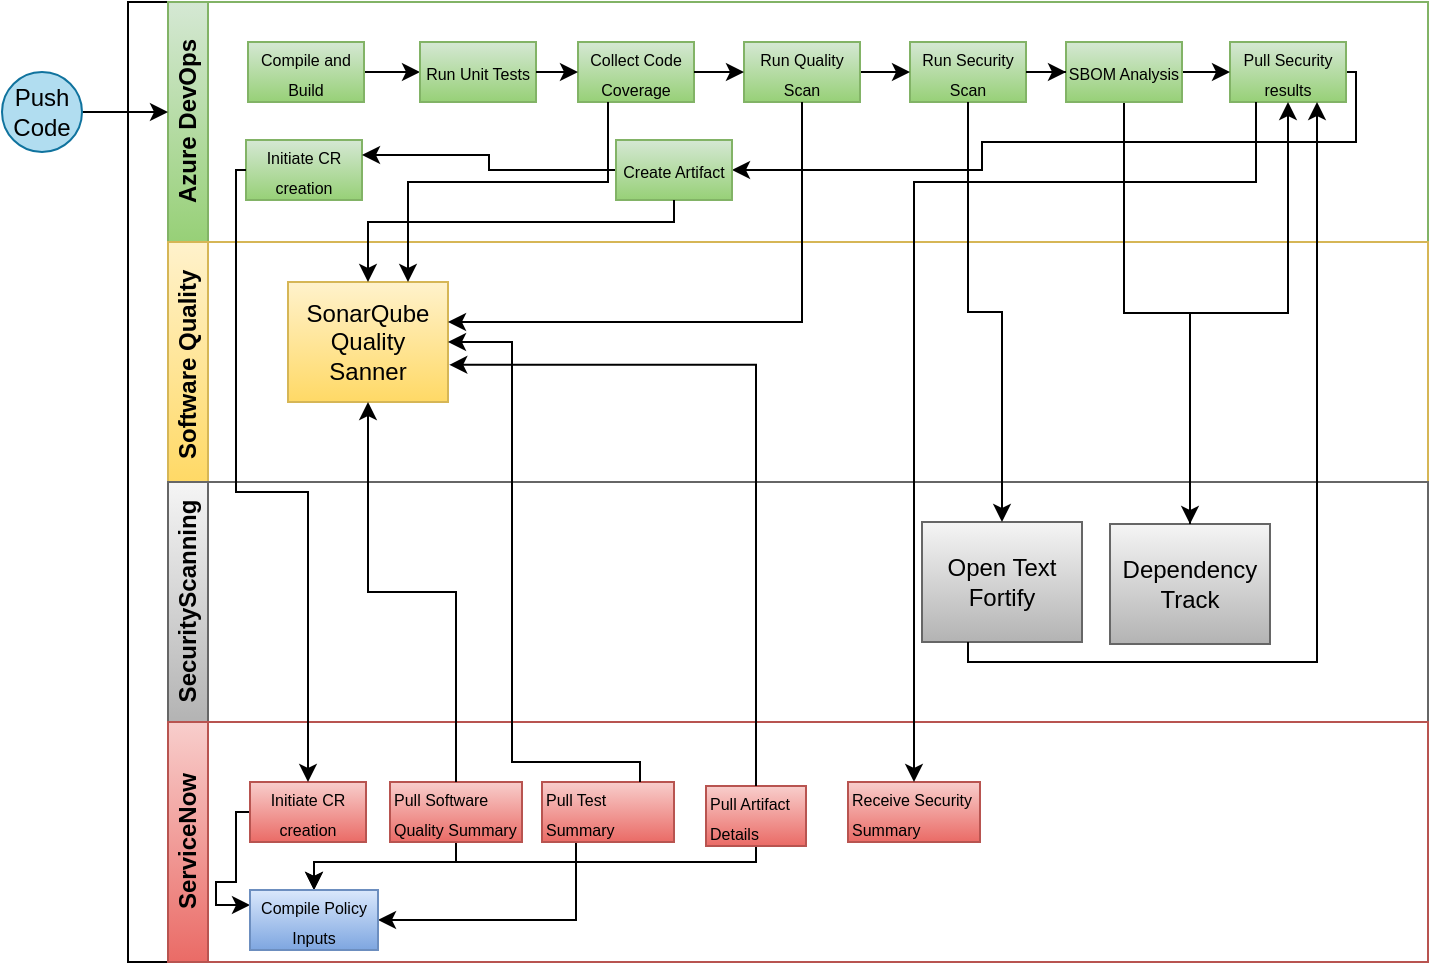
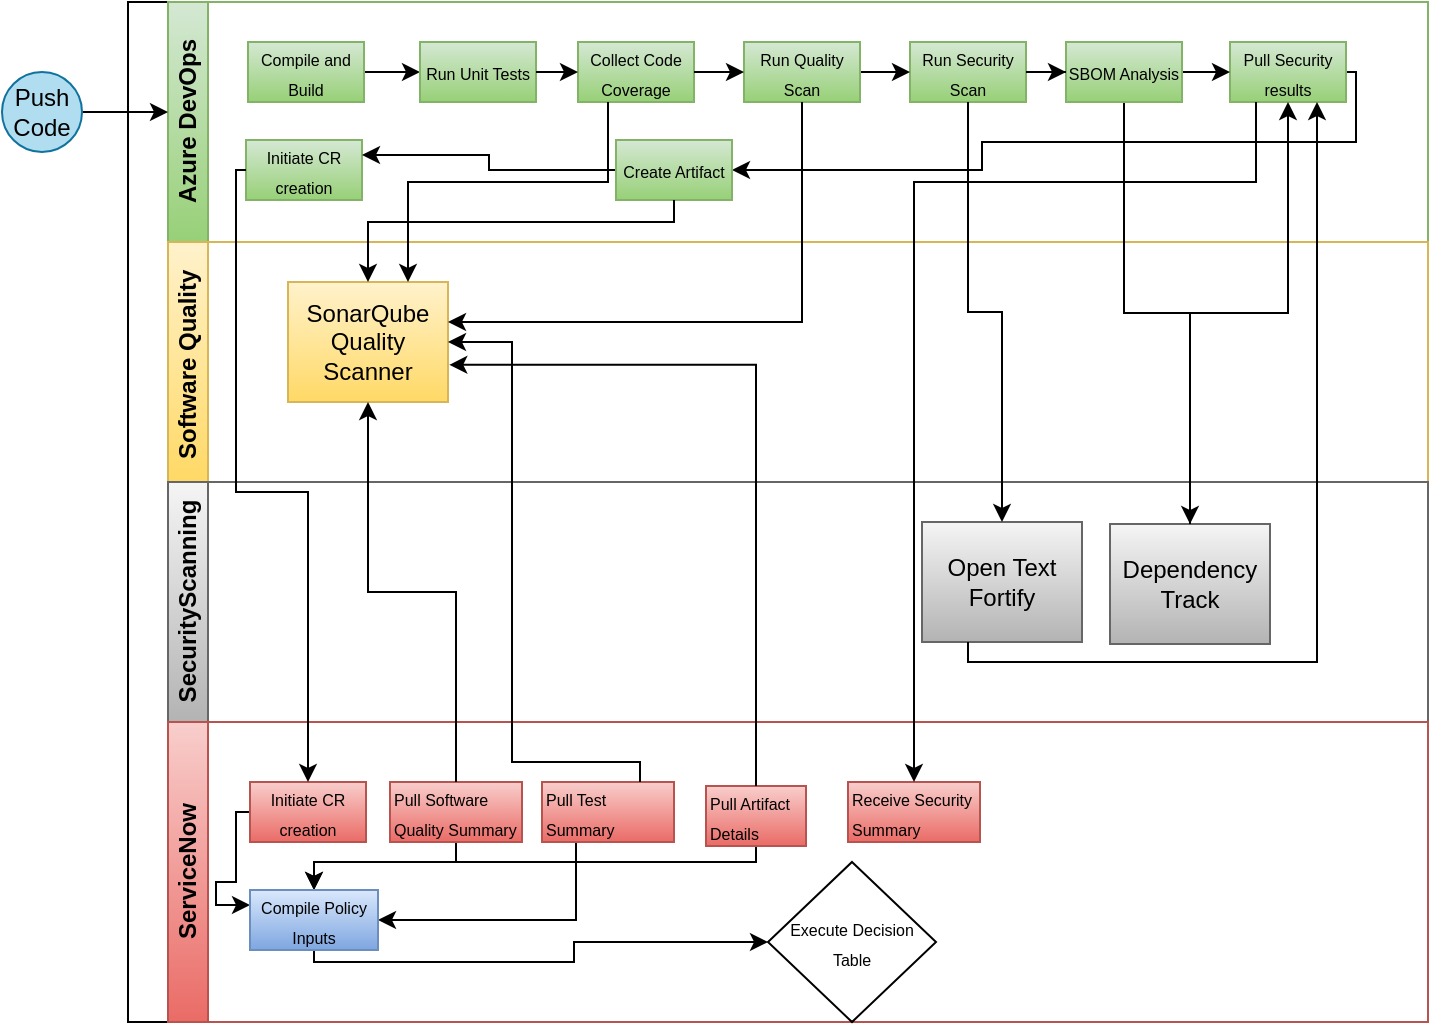
<mxfile host="app.diagrams.net">
  <diagram id="prtHgNgQTEPvFCAcTncT" name="Page-1">
-     <mxGraphModel dx="1119" dy="426" grid="1" gridSize="10" guides="1" tooltips="1" connect="1" arrows="1" fold="1" page="1" pageScale="1" pageWidth="827" pageHeight="1169" math="0" shadow="0">
+     <mxGraphModel dx="511" dy="282" grid="1" gridSize="10" guides="1" tooltips="1" connect="1" arrows="1" fold="1" page="1" pageScale="1" pageWidth="827" pageHeight="1169" math="0" shadow="0">
      <root>
        <mxCell id="0" />
        <mxCell id="1" parent="0" />
        <mxCell id="dNxyNK7c78bLwvsdeMH5-19" parent="1" style="swimlane;html=1;childLayout=stackLayout;resizeParent=1;resizeParentMax=0;horizontal=0;startSize=20;horizontalStack=0;overflow=fill;" value="" vertex="1">
-           <mxGeometry height="480" width="650" x="66" y="120" as="geometry">
+           <mxGeometry height="510" width="650" x="66" y="120" as="geometry">
            <mxRectangle height="50" width="40" x="120" y="120" as="alternateBounds" />
          </mxGeometry>
        </mxCell>
        <mxCell id="dNxyNK7c78bLwvsdeMH5-20" parent="dNxyNK7c78bLwvsdeMH5-19" style="swimlane;html=1;startSize=20;horizontal=0;fillColor=#d5e8d4;gradientColor=#97d077;strokeColor=#82b366;" value="Azure DevOps" vertex="1">
          <mxGeometry height="120" width="630" x="20" as="geometry" />
        </mxCell>
        <mxCell id="WelD7rZPP2jmH1qSRasH-19" edge="1" parent="dNxyNK7c78bLwvsdeMH5-20" source="dNxyNK7c78bLwvsdeMH5-23" style="edgeStyle=orthogonalEdgeStyle;rounded=0;orthogonalLoop=1;jettySize=auto;html=1;entryX=0;entryY=0.25;entryDx=0;entryDy=0;">
          <mxGeometry relative="1" as="geometry">
            <mxPoint y="55" as="targetPoint" />
          </mxGeometry>
        </mxCell>
        <mxCell id="dNxyNK7c78bLwvsdeMH5-23" parent="dNxyNK7c78bLwvsdeMH5-20" style="ellipse;whiteSpace=wrap;html=1;fillColor=#b1ddf0;strokeColor=#10739e;" value="Push Code" vertex="1">
          <mxGeometry height="40" width="40" x="-83" y="35" as="geometry" />
        </mxCell>
        <mxCell id="WelD7rZPP2jmH1qSRasH-2" edge="1" parent="dNxyNK7c78bLwvsdeMH5-20" source="dNxyNK7c78bLwvsdeMH5-24" style="edgeStyle=orthogonalEdgeStyle;rounded=0;orthogonalLoop=1;jettySize=auto;html=1;" target="WelD7rZPP2jmH1qSRasH-1" value="">
          <mxGeometry relative="1" as="geometry" />
        </mxCell>
        <mxCell id="dNxyNK7c78bLwvsdeMH5-24" parent="dNxyNK7c78bLwvsdeMH5-20" style="rounded=0;whiteSpace=wrap;html=1;fontFamily=Helvetica;fontSize=12;align=center;fillColor=#d5e8d4;gradientColor=#97d077;strokeColor=#82b366;" value="&lt;font style=&quot;font-size: 8px;&quot;&gt;Compile and Build&lt;/font&gt;" vertex="1">
          <mxGeometry height="30" width="58" x="40" y="20" as="geometry" />
        </mxCell>
        <mxCell id="dNxyNK7c78bLwvsdeMH5-33" edge="1" parent="dNxyNK7c78bLwvsdeMH5-20" style="edgeStyle=orthogonalEdgeStyle;rounded=0;orthogonalLoop=1;jettySize=auto;html=1;endArrow=classic;endFill=1;" target="dNxyNK7c78bLwvsdeMH5-32" value="">
          <mxGeometry relative="1" as="geometry">
            <mxPoint x="461" y="60" as="sourcePoint" />
          </mxGeometry>
        </mxCell>
        <mxCell id="WelD7rZPP2jmH1qSRasH-1" parent="dNxyNK7c78bLwvsdeMH5-20" style="rounded=0;whiteSpace=wrap;html=1;fontFamily=Helvetica;fontSize=12;align=center;fillColor=#d5e8d4;gradientColor=#97d077;strokeColor=#82b366;" value="&lt;font style=&quot;font-size: 8px;&quot;&gt;Run Unit Tests&lt;/font&gt;" vertex="1">
          <mxGeometry height="30" width="58" x="126" y="20" as="geometry" />
        </mxCell>
        <mxCell id="WelD7rZPP2jmH1qSRasH-3" parent="dNxyNK7c78bLwvsdeMH5-20" style="rounded=0;whiteSpace=wrap;html=1;fontFamily=Helvetica;fontSize=12;align=center;fillColor=#d5e8d4;gradientColor=#97d077;strokeColor=#82b366;" value="&lt;font style=&quot;font-size: 8px;&quot;&gt;Run Security Scan&lt;/font&gt;" vertex="1">
          <mxGeometry height="30" width="58" x="371" y="20" as="geometry" />
        </mxCell>
        <mxCell id="WelD7rZPP2jmH1qSRasH-6" edge="1" parent="dNxyNK7c78bLwvsdeMH5-20" source="WelD7rZPP2jmH1qSRasH-4" style="edgeStyle=orthogonalEdgeStyle;rounded=0;orthogonalLoop=1;jettySize=auto;html=1;" target="WelD7rZPP2jmH1qSRasH-3" value="">
          <mxGeometry relative="1" as="geometry" />
        </mxCell>
        <mxCell id="WelD7rZPP2jmH1qSRasH-4" parent="dNxyNK7c78bLwvsdeMH5-20" style="rounded=0;whiteSpace=wrap;html=1;fontFamily=Helvetica;fontSize=12;align=center;fillColor=#d5e8d4;strokeColor=#82b366;gradientColor=#97d077;" value="&lt;font style=&quot;font-size: 8px;&quot;&gt;Run Quality Scan&lt;/font&gt;" vertex="1">
          <mxGeometry height="30" width="58" x="288" y="20" as="geometry" />
        </mxCell>
        <mxCell id="WelD7rZPP2jmH1qSRasH-10" parent="dNxyNK7c78bLwvsdeMH5-20" style="rounded=0;whiteSpace=wrap;html=1;fontFamily=Helvetica;fontSize=12;align=center;fillColor=#d5e8d4;strokeColor=#82b366;gradientColor=#97d077;" value="&lt;font style=&quot;font-size: 8px;&quot;&gt;Collect Code Coverage&lt;/font&gt;" vertex="1">
          <mxGeometry height="30" width="58" x="205" y="20" as="geometry" />
        </mxCell>
        <mxCell id="WelD7rZPP2jmH1qSRasH-12" edge="1" parent="dNxyNK7c78bLwvsdeMH5-20" source="WelD7rZPP2jmH1qSRasH-10" style="edgeStyle=orthogonalEdgeStyle;rounded=0;orthogonalLoop=1;jettySize=auto;html=1;" target="WelD7rZPP2jmH1qSRasH-4" value="">
          <mxGeometry relative="1" as="geometry" />
        </mxCell>
        <mxCell id="WelD7rZPP2jmH1qSRasH-13" edge="1" parent="dNxyNK7c78bLwvsdeMH5-20" source="WelD7rZPP2jmH1qSRasH-1" style="edgeStyle=orthogonalEdgeStyle;rounded=0;orthogonalLoop=1;jettySize=auto;html=1;" target="WelD7rZPP2jmH1qSRasH-10" value="">
          <mxGeometry relative="1" as="geometry" />
        </mxCell>
        <mxCell id="WelD7rZPP2jmH1qSRasH-62" edge="1" parent="dNxyNK7c78bLwvsdeMH5-20" source="WelD7rZPP2jmH1qSRasH-30" style="edgeStyle=orthogonalEdgeStyle;rounded=0;orthogonalLoop=1;jettySize=auto;html=1;entryX=1;entryY=0.5;entryDx=0;entryDy=0;" target="WelD7rZPP2jmH1qSRasH-61">
          <mxGeometry relative="1" as="geometry">
            <Array as="points">
              <mxPoint x="594" y="35" />
              <mxPoint x="594" y="70" />
              <mxPoint x="407" y="70" />
              <mxPoint x="407" y="84" />
            </Array>
          </mxGeometry>
        </mxCell>
        <mxCell id="WelD7rZPP2jmH1qSRasH-30" parent="dNxyNK7c78bLwvsdeMH5-20" style="rounded=0;whiteSpace=wrap;html=1;fontFamily=Helvetica;fontSize=12;align=center;fillColor=#d5e8d4;gradientColor=#97d077;strokeColor=#82b366;" value="&lt;font style=&quot;font-size: 8px;&quot;&gt;Pull Security results&lt;/font&gt;" vertex="1">
          <mxGeometry height="30" width="58" x="531" y="20" as="geometry" />
        </mxCell>
        <mxCell id="WelD7rZPP2jmH1qSRasH-47" parent="dNxyNK7c78bLwvsdeMH5-20" style="rounded=0;whiteSpace=wrap;html=1;fontFamily=Helvetica;fontSize=12;align=center;fillColor=#d5e8d4;gradientColor=#97d077;strokeColor=#82b366;" value="&lt;font style=&quot;font-size: 8px;&quot;&gt;Initiate CR creation&lt;/font&gt;" vertex="1">
          <mxGeometry height="30" width="58" x="39" y="69" as="geometry" />
        </mxCell>
        <mxCell id="WelD7rZPP2jmH1qSRasH-63" edge="1" parent="dNxyNK7c78bLwvsdeMH5-20" source="WelD7rZPP2jmH1qSRasH-61" style="edgeStyle=orthogonalEdgeStyle;rounded=0;orthogonalLoop=1;jettySize=auto;html=1;entryX=1;entryY=0.25;entryDx=0;entryDy=0;" target="WelD7rZPP2jmH1qSRasH-47" value="">
          <mxGeometry relative="1" as="geometry">
            <mxPoint x="104" y="80" as="targetPoint" />
          </mxGeometry>
        </mxCell>
        <mxCell id="WelD7rZPP2jmH1qSRasH-61" parent="dNxyNK7c78bLwvsdeMH5-20" style="rounded=0;whiteSpace=wrap;html=1;fontFamily=Helvetica;fontSize=12;align=center;fillColor=#d5e8d4;gradientColor=#97d077;strokeColor=#82b366;" value="&lt;font style=&quot;font-size: 8px;&quot;&gt;Create Artifact&lt;/font&gt;" vertex="1">
          <mxGeometry height="30" width="58" x="224" y="69" as="geometry" />
        </mxCell>
        <mxCell id="dNxyNK7c78bLwvsdeMH5-21" parent="dNxyNK7c78bLwvsdeMH5-19" style="swimlane;html=1;startSize=20;horizontal=0;fillColor=#fff2cc;gradientColor=#ffd966;strokeColor=#d6b656;" value="Software Quality&amp;nbsp;" vertex="1">
          <mxGeometry height="120" width="630" x="20" y="120" as="geometry">
            <mxRectangle height="30" width="550" x="20" y="120" as="alternateBounds" />
          </mxGeometry>
        </mxCell>
-         <mxCell id="dNxyNK7c78bLwvsdeMH5-26" parent="dNxyNK7c78bLwvsdeMH5-21" style="rounded=0;whiteSpace=wrap;html=1;fontFamily=Helvetica;fontSize=12;align=center;fillColor=#fff2cc;gradientColor=#ffd966;strokeColor=#d6b656;" value="SonarQube Quality Sanner" vertex="1">
+         <mxCell id="dNxyNK7c78bLwvsdeMH5-26" parent="dNxyNK7c78bLwvsdeMH5-21" style="rounded=0;whiteSpace=wrap;html=1;fontFamily=Helvetica;fontSize=12;align=center;fillColor=#fff2cc;gradientColor=#ffd966;strokeColor=#d6b656;" value="SonarQube Quality Scanner" vertex="1">
          <mxGeometry height="60" width="80" x="60" y="20" as="geometry" />
        </mxCell>
        <mxCell id="dNxyNK7c78bLwvsdeMH5-22" parent="dNxyNK7c78bLwvsdeMH5-19" style="swimlane;html=1;startSize=20;horizontal=0;fillColor=#f5f5f5;gradientColor=#b3b3b3;strokeColor=#666666;" value="SecurityScanning" vertex="1">
          <mxGeometry height="120" width="630" x="20" y="240" as="geometry" />
        </mxCell>
        <mxCell id="dNxyNK7c78bLwvsdeMH5-34" parent="dNxyNK7c78bLwvsdeMH5-22" style="rounded=0;whiteSpace=wrap;html=1;fontFamily=Helvetica;fontSize=12;align=center;fillColor=#f5f5f5;gradientColor=#b3b3b3;strokeColor=#666666;" value="Open Text Fortify" vertex="1">
          <mxGeometry height="60" width="80" x="377" y="20" as="geometry" />
        </mxCell>
        <mxCell id="WelD7rZPP2jmH1qSRasH-37" parent="dNxyNK7c78bLwvsdeMH5-22" style="rounded=0;whiteSpace=wrap;html=1;fontFamily=Helvetica;fontSize=12;align=center;fillColor=#f5f5f5;gradientColor=#b3b3b3;strokeColor=#666666;" value="Dependency Track" vertex="1">
          <mxGeometry height="60" width="80" x="471" y="21" as="geometry" />
        </mxCell>
        <mxCell id="WelD7rZPP2jmH1qSRasH-43" parent="dNxyNK7c78bLwvsdeMH5-19" style="swimlane;html=1;startSize=20;horizontal=0;fillColor=#f8cecc;gradientColor=#ea6b66;strokeColor=#b85450;" value="ServiceNow" vertex="1">
-           <mxGeometry height="120" width="630" x="20" y="360" as="geometry" />
+           <mxGeometry height="150" width="630" x="20" y="360" as="geometry" />
        </mxCell>
        <mxCell id="WelD7rZPP2jmH1qSRasH-72" edge="1" parent="WelD7rZPP2jmH1qSRasH-43" source="WelD7rZPP2jmH1qSRasH-51" style="edgeStyle=orthogonalEdgeStyle;rounded=0;orthogonalLoop=1;jettySize=auto;html=1;entryX=0;entryY=0.25;entryDx=0;entryDy=0;" target="WelD7rZPP2jmH1qSRasH-70">
          <mxGeometry relative="1" as="geometry">
            <Array as="points">
              <mxPoint x="34" y="45" />
              <mxPoint x="34" y="80" />
              <mxPoint x="24" y="80" />
              <mxPoint x="24" y="92" />
            </Array>
          </mxGeometry>
        </mxCell>
        <mxCell id="WelD7rZPP2jmH1qSRasH-51" parent="WelD7rZPP2jmH1qSRasH-43" style="rounded=0;whiteSpace=wrap;html=1;fontFamily=Helvetica;fontSize=12;align=center;fillColor=#f8cecc;gradientColor=#ea6b66;strokeColor=#b85450;" value="&lt;font style=&quot;font-size: 8px;&quot;&gt;Initiate CR creation&lt;/font&gt;" vertex="1">
          <mxGeometry height="30" width="58" x="41" y="30" as="geometry" />
        </mxCell>
        <mxCell id="WelD7rZPP2jmH1qSRasH-73" edge="1" parent="WelD7rZPP2jmH1qSRasH-43" source="WelD7rZPP2jmH1qSRasH-54" style="edgeStyle=orthogonalEdgeStyle;rounded=0;orthogonalLoop=1;jettySize=auto;html=1;entryX=0.5;entryY=0;entryDx=0;entryDy=0;" target="WelD7rZPP2jmH1qSRasH-70">
          <mxGeometry relative="1" as="geometry">
            <Array as="points">
              <mxPoint x="144" y="70" />
              <mxPoint x="73" y="70" />
            </Array>
          </mxGeometry>
        </mxCell>
        <mxCell id="WelD7rZPP2jmH1qSRasH-54" parent="WelD7rZPP2jmH1qSRasH-43" style="rounded=0;whiteSpace=wrap;html=1;fontFamily=Helvetica;fontSize=12;align=left;fillColor=#f8cecc;gradientColor=#ea6b66;strokeColor=#b85450;" value="&lt;font style=&quot;font-size: 8px;&quot;&gt;Pull Software Quality Summary&lt;/font&gt;" vertex="1">
          <mxGeometry height="30" width="66" x="111" y="30" as="geometry" />
        </mxCell>
        <mxCell id="WelD7rZPP2jmH1qSRasH-56" parent="WelD7rZPP2jmH1qSRasH-43" style="rounded=0;whiteSpace=wrap;html=1;fontFamily=Helvetica;fontSize=12;align=left;fillColor=#f8cecc;gradientColor=#ea6b66;strokeColor=#b85450;" value="&lt;font style=&quot;font-size: 8px;&quot;&gt;Receive Security Summary&lt;/font&gt;" vertex="1">
          <mxGeometry height="30" width="66" x="340" y="30" as="geometry" />
        </mxCell>
        <mxCell id="WelD7rZPP2jmH1qSRasH-74" edge="1" parent="WelD7rZPP2jmH1qSRasH-43" source="WelD7rZPP2jmH1qSRasH-57" style="edgeStyle=orthogonalEdgeStyle;rounded=0;orthogonalLoop=1;jettySize=auto;html=1;entryX=1;entryY=0.5;entryDx=0;entryDy=0;" target="WelD7rZPP2jmH1qSRasH-70">
          <mxGeometry relative="1" as="geometry">
            <Array as="points">
              <mxPoint x="204" y="99" />
            </Array>
          </mxGeometry>
        </mxCell>
        <mxCell id="WelD7rZPP2jmH1qSRasH-57" parent="WelD7rZPP2jmH1qSRasH-43" style="rounded=0;whiteSpace=wrap;html=1;fontFamily=Helvetica;fontSize=12;align=left;fillColor=#f8cecc;gradientColor=#ea6b66;strokeColor=#b85450;" value="&lt;font style=&quot;font-size: 8px;&quot;&gt;Pull Test Summary&lt;/font&gt;" vertex="1">
          <mxGeometry height="30" width="66" x="187" y="30" as="geometry" />
        </mxCell>
        <mxCell id="WelD7rZPP2jmH1qSRasH-75" edge="1" parent="WelD7rZPP2jmH1qSRasH-43" source="WelD7rZPP2jmH1qSRasH-66" style="edgeStyle=orthogonalEdgeStyle;rounded=0;orthogonalLoop=1;jettySize=auto;html=1;" target="WelD7rZPP2jmH1qSRasH-70">
          <mxGeometry relative="1" as="geometry">
            <Array as="points">
              <mxPoint x="294" y="70" />
              <mxPoint x="73" y="70" />
            </Array>
          </mxGeometry>
        </mxCell>
        <mxCell id="WelD7rZPP2jmH1qSRasH-66" parent="WelD7rZPP2jmH1qSRasH-43" style="rounded=0;whiteSpace=wrap;html=1;fontFamily=Helvetica;fontSize=12;align=left;fillColor=#f8cecc;gradientColor=#ea6b66;strokeColor=#b85450;" value="&lt;font style=&quot;font-size: 8px;&quot;&gt;Pull Artifact Details&lt;/font&gt;" vertex="1">
          <mxGeometry height="30" width="50" x="269" y="32" as="geometry" />
        </mxCell>
+         <mxCell id="WelD7rZPP2jmH1qSRasH-77" edge="1" parent="WelD7rZPP2jmH1qSRasH-43" source="WelD7rZPP2jmH1qSRasH-70" style="edgeStyle=orthogonalEdgeStyle;rounded=0;orthogonalLoop=1;jettySize=auto;html=1;entryX=0;entryY=0.5;entryDx=0;entryDy=0;" target="WelD7rZPP2jmH1qSRasH-76">
+           <mxGeometry relative="1" as="geometry">
+             <Array as="points">
+               <mxPoint x="73" y="120" />
+               <mxPoint x="203" y="120" />
+               <mxPoint x="203" y="110" />
+             </Array>
+           </mxGeometry>
+         </mxCell>
        <mxCell id="WelD7rZPP2jmH1qSRasH-70" parent="WelD7rZPP2jmH1qSRasH-43" style="rounded=0;whiteSpace=wrap;html=1;fontFamily=Helvetica;fontSize=12;align=center;fillColor=#dae8fc;gradientColor=#7ea6e0;strokeColor=#6c8ebf;" value="&lt;font style=&quot;font-size: 8px;&quot;&gt;Compile Policy Inputs&lt;/font&gt;" vertex="1">
          <mxGeometry height="30" width="64" x="41" y="84" as="geometry" />
+         </mxCell>
+         <mxCell id="WelD7rZPP2jmH1qSRasH-76" parent="WelD7rZPP2jmH1qSRasH-43" style="rhombus;whiteSpace=wrap;html=1;" value="&lt;font style=&quot;font-size: 8px;&quot;&gt;Execute Decision Table&lt;/font&gt;" vertex="1">
+           <mxGeometry height="80" width="84" x="300" y="70" as="geometry" />
        </mxCell>
        <mxCell id="WelD7rZPP2jmH1qSRasH-15" edge="1" parent="dNxyNK7c78bLwvsdeMH5-19" source="WelD7rZPP2jmH1qSRasH-10" style="edgeStyle=orthogonalEdgeStyle;rounded=0;orthogonalLoop=1;jettySize=auto;html=1;entryX=0.75;entryY=0;entryDx=0;entryDy=0;" target="dNxyNK7c78bLwvsdeMH5-26">
          <mxGeometry relative="1" as="geometry">
            <Array as="points">
              <mxPoint x="240" y="90" />
              <mxPoint x="140" y="90" />
            </Array>
          </mxGeometry>
        </mxCell>
        <mxCell id="WelD7rZPP2jmH1qSRasH-16" edge="1" parent="dNxyNK7c78bLwvsdeMH5-19" source="WelD7rZPP2jmH1qSRasH-4" style="edgeStyle=orthogonalEdgeStyle;rounded=0;orthogonalLoop=1;jettySize=auto;html=1;entryX=1;entryY=0.333;entryDx=0;entryDy=0;entryPerimeter=0;" target="dNxyNK7c78bLwvsdeMH5-26">
          <mxGeometry relative="1" as="geometry">
            <Array as="points">
              <mxPoint x="337" y="160" />
            </Array>
          </mxGeometry>
        </mxCell>
        <mxCell id="WelD7rZPP2jmH1qSRasH-27" edge="1" parent="dNxyNK7c78bLwvsdeMH5-19" source="WelD7rZPP2jmH1qSRasH-3" style="edgeStyle=orthogonalEdgeStyle;rounded=0;orthogonalLoop=1;jettySize=auto;html=1;entryX=0.5;entryY=0;entryDx=0;entryDy=0;" target="dNxyNK7c78bLwvsdeMH5-34">
          <mxGeometry relative="1" as="geometry" />
        </mxCell>
        <mxCell id="WelD7rZPP2jmH1qSRasH-45" edge="1" parent="dNxyNK7c78bLwvsdeMH5-19" source="WelD7rZPP2jmH1qSRasH-37" style="edgeStyle=orthogonalEdgeStyle;rounded=0;orthogonalLoop=1;jettySize=auto;html=1;entryX=0.5;entryY=1;entryDx=0;entryDy=0;" target="WelD7rZPP2jmH1qSRasH-30">
          <mxGeometry relative="1" as="geometry" />
        </mxCell>
        <mxCell id="WelD7rZPP2jmH1qSRasH-46" edge="1" parent="dNxyNK7c78bLwvsdeMH5-19" source="dNxyNK7c78bLwvsdeMH5-34" style="edgeStyle=orthogonalEdgeStyle;rounded=0;orthogonalLoop=1;jettySize=auto;html=1;entryX=0.75;entryY=1;entryDx=0;entryDy=0;" target="WelD7rZPP2jmH1qSRasH-30">
          <mxGeometry relative="1" as="geometry">
            <Array as="points">
              <mxPoint x="420" y="330" />
              <mxPoint x="595" y="330" />
            </Array>
          </mxGeometry>
        </mxCell>
        <mxCell id="WelD7rZPP2jmH1qSRasH-53" edge="1" parent="dNxyNK7c78bLwvsdeMH5-19" source="WelD7rZPP2jmH1qSRasH-47" style="edgeStyle=orthogonalEdgeStyle;rounded=0;orthogonalLoop=1;jettySize=auto;html=1;entryX=0.5;entryY=0;entryDx=0;entryDy=0;" target="WelD7rZPP2jmH1qSRasH-51">
          <mxGeometry relative="1" as="geometry">
            <Array as="points">
              <mxPoint x="54" y="84" />
              <mxPoint x="54" y="245" />
              <mxPoint x="90" y="245" />
            </Array>
          </mxGeometry>
        </mxCell>
        <mxCell id="WelD7rZPP2jmH1qSRasH-55" edge="1" parent="dNxyNK7c78bLwvsdeMH5-19" source="WelD7rZPP2jmH1qSRasH-54" style="edgeStyle=orthogonalEdgeStyle;rounded=0;orthogonalLoop=1;jettySize=auto;html=1;entryX=0.5;entryY=1;entryDx=0;entryDy=0;" target="dNxyNK7c78bLwvsdeMH5-26">
          <mxGeometry relative="1" as="geometry" />
        </mxCell>
        <mxCell id="WelD7rZPP2jmH1qSRasH-59" edge="1" parent="dNxyNK7c78bLwvsdeMH5-19" source="WelD7rZPP2jmH1qSRasH-57" style="edgeStyle=orthogonalEdgeStyle;rounded=0;orthogonalLoop=1;jettySize=auto;html=1;entryX=1;entryY=0.5;entryDx=0;entryDy=0;" target="dNxyNK7c78bLwvsdeMH5-26">
          <mxGeometry relative="1" as="geometry">
            <Array as="points">
              <mxPoint x="256" y="380" />
              <mxPoint x="192" y="380" />
              <mxPoint x="192" y="170" />
            </Array>
          </mxGeometry>
        </mxCell>
        <mxCell id="WelD7rZPP2jmH1qSRasH-60" edge="1" parent="dNxyNK7c78bLwvsdeMH5-19" style="edgeStyle=orthogonalEdgeStyle;rounded=0;orthogonalLoop=1;jettySize=auto;html=1;" target="WelD7rZPP2jmH1qSRasH-56">
          <mxGeometry relative="1" as="geometry">
            <Array as="points">
              <mxPoint x="564" y="50" />
              <mxPoint x="564" y="90" />
              <mxPoint x="393" y="90" />
            </Array>
            <mxPoint x="564" y="50" as="sourcePoint" />
          </mxGeometry>
        </mxCell>
        <mxCell id="WelD7rZPP2jmH1qSRasH-67" edge="1" parent="dNxyNK7c78bLwvsdeMH5-19" source="WelD7rZPP2jmH1qSRasH-61" style="edgeStyle=orthogonalEdgeStyle;rounded=0;orthogonalLoop=1;jettySize=auto;html=1;entryX=0.5;entryY=0;entryDx=0;entryDy=0;" target="dNxyNK7c78bLwvsdeMH5-26">
          <mxGeometry relative="1" as="geometry">
            <Array as="points">
              <mxPoint x="273" y="110" />
              <mxPoint x="120" y="110" />
            </Array>
          </mxGeometry>
        </mxCell>
        <mxCell id="WelD7rZPP2jmH1qSRasH-69" edge="1" parent="dNxyNK7c78bLwvsdeMH5-19" source="WelD7rZPP2jmH1qSRasH-66" style="edgeStyle=orthogonalEdgeStyle;rounded=0;orthogonalLoop=1;jettySize=auto;html=1;entryX=1.008;entryY=0.69;entryDx=0;entryDy=0;entryPerimeter=0;" target="dNxyNK7c78bLwvsdeMH5-26">
          <mxGeometry relative="1" as="geometry">
            <Array as="points">
              <mxPoint x="314" y="181" />
            </Array>
          </mxGeometry>
        </mxCell>
        <mxCell id="WelD7rZPP2jmH1qSRasH-39" edge="1" parent="1" source="WelD7rZPP2jmH1qSRasH-35" style="edgeStyle=orthogonalEdgeStyle;rounded=0;orthogonalLoop=1;jettySize=auto;html=1;entryX=0.5;entryY=0;entryDx=0;entryDy=0;" target="WelD7rZPP2jmH1qSRasH-37">
          <mxGeometry relative="1" as="geometry" />
        </mxCell>
        <mxCell id="WelD7rZPP2jmH1qSRasH-44" edge="1" parent="1" source="WelD7rZPP2jmH1qSRasH-35" style="edgeStyle=orthogonalEdgeStyle;rounded=0;orthogonalLoop=1;jettySize=auto;html=1;" target="WelD7rZPP2jmH1qSRasH-30" value="">
          <mxGeometry relative="1" as="geometry" />
        </mxCell>
        <mxCell id="WelD7rZPP2jmH1qSRasH-35" parent="1" style="rounded=0;whiteSpace=wrap;html=1;fontFamily=Helvetica;fontSize=12;align=center;fillColor=#d5e8d4;gradientColor=#97d077;strokeColor=#82b366;" value="&lt;font style=&quot;font-size: 8px;&quot;&gt;SBOM Analysis&lt;/font&gt;" vertex="1">
          <mxGeometry height="30" width="58" x="535" y="140" as="geometry" />
        </mxCell>
        <mxCell id="WelD7rZPP2jmH1qSRasH-36" edge="1" parent="1" source="WelD7rZPP2jmH1qSRasH-3" style="edgeStyle=orthogonalEdgeStyle;rounded=0;orthogonalLoop=1;jettySize=auto;html=1;" target="WelD7rZPP2jmH1qSRasH-35" value="">
          <mxGeometry relative="1" as="geometry" />
        </mxCell>
      </root>
    </mxGraphModel>
  </diagram>
</mxfile>
